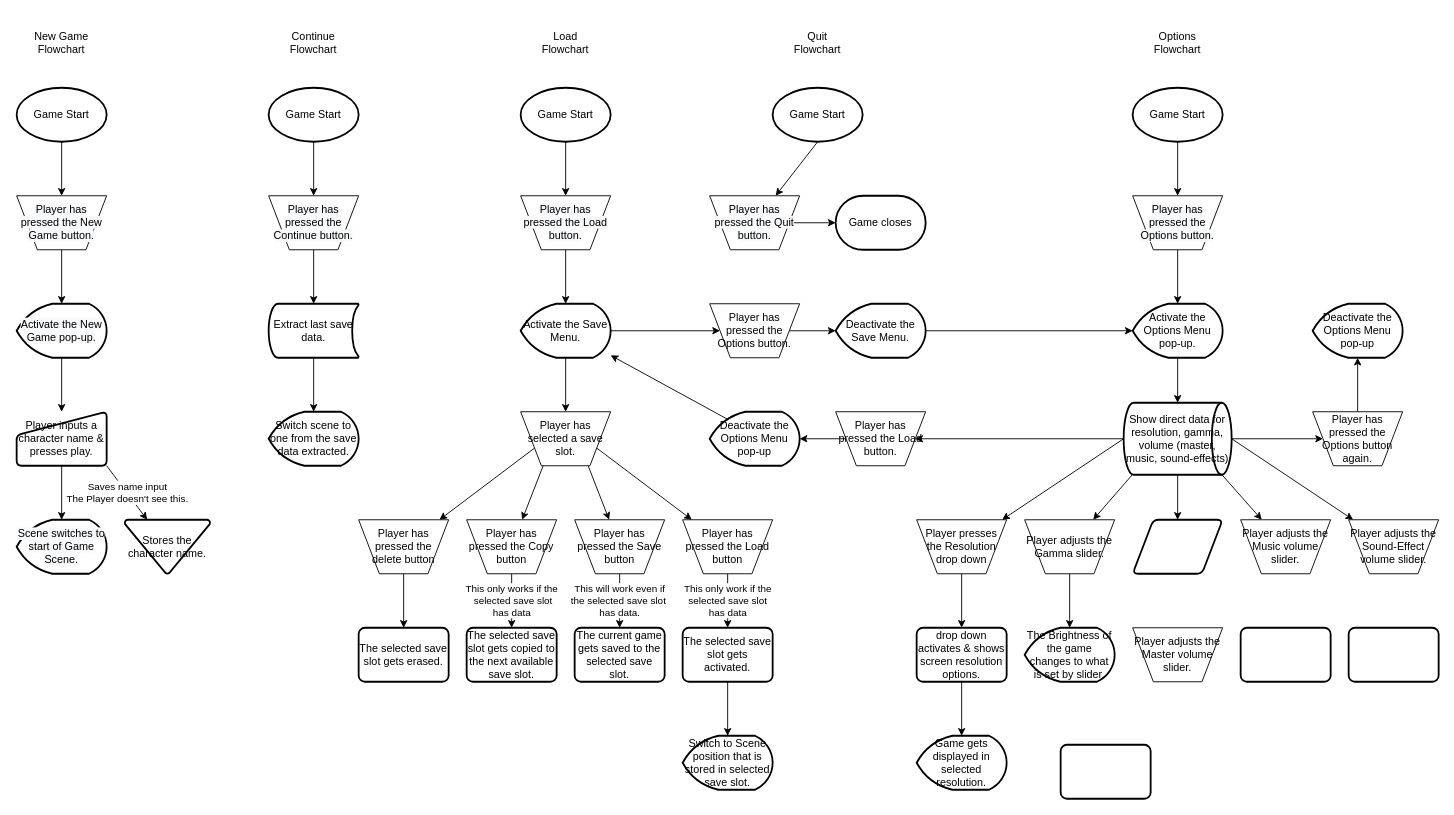
The draw.io diagram page "Flowcharts" (5 of 5) of Informational Technology (Game Design)/Part 2/Cluster - UI Production/Build graphical user interfaces/GUI Design By Richard.drawio in Stampard0/Assessments, before the edit. Source tidied: cells renumbered, new cells numbered last; positions are measured from the earlier drawing's top-left corner, leaving out a move shared by most shapes. Both pictures are drawn from the tidied source at 90%, with x=0, y=0 at pixel (16, 15).
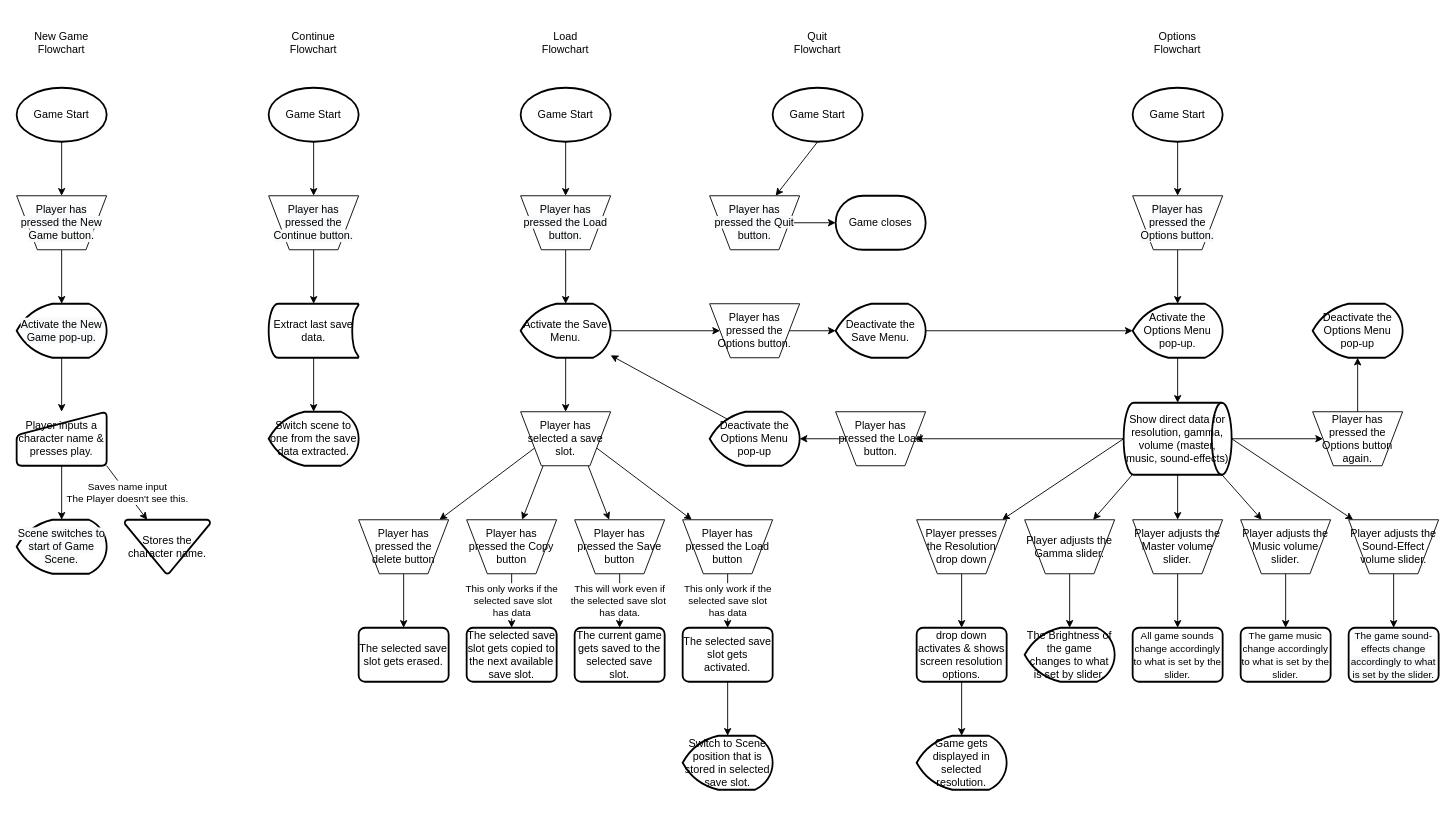
The same page after the edit.

Unchanged cells that the change refers to:
```xml
<mxCell id="68" value="Show direct data for resolution, gamma, volume (master, music, sound-effects)" style="strokeWidth=2;html=1;shape=mxgraph.flowchart.direct_data;whiteSpace=wrap;" parent="1" vertex="1">
  <mxGeometry x="1230" y="430" width="120" height="80" as="geometry" />
</mxCell>
<mxCell id="71" value="Player adjusts the Sound-Effect volume slider." style="verticalLabelPosition=middle;verticalAlign=middle;html=1;shape=trapezoid;perimeter=trapezoidPerimeter;whiteSpace=wrap;size=0.23;arcSize=10;flipV=1;labelPosition=center;align=center;" parent="1" vertex="1">
  <mxGeometry x="1480" y="560" width="100" height="60" as="geometry" />
</mxCell>
<mxCell id="72" value="Player adjusts the Music volume slider." style="verticalLabelPosition=middle;verticalAlign=middle;html=1;shape=trapezoid;perimeter=trapezoidPerimeter;whiteSpace=wrap;size=0.23;arcSize=10;flipV=1;labelPosition=center;align=center;" parent="1" vertex="1">
  <mxGeometry x="1360" y="560" width="100" height="60" as="geometry" />
</mxCell>
```

Change to the diagram source:
```diff
@@
-    <mxCell id="67" style="edgeStyle=orthogonalEdgeStyle;rounded=0;jettySize=auto;html=1;exitX=0.5;exitY=1;exitDx=0;exitDy=0;exitPerimeter=0;fontColor=#000000;strokeColor=#000000;" parent="1" edge="1" source="68" target="95">
-      <mxGeometry relative="1" as="geometry" />
-    </mxCell>
+    <mxCell id="96" style="edgeStyle=orthogonalEdgeStyle;rounded=0;jettySize=auto;html=1;exitX=0.5;exitY=1;exitDx=0;exitDy=0;exitPerimeter=0;" parent="1" edge="1" source="68" target="73">
+      <mxGeometry relative="1" as="geometry" />
+    </mxCell>
@@
+    <mxCell id="97" style="edgeStyle=orthogonalEdgeStyle;rounded=0;jettySize=auto;html=1;exitX=0.5;exitY=1;exitDx=0;exitDy=0;fontSize=11;" parent="1" edge="1" source="71" target="78">
+      <mxGeometry relative="1" as="geometry" />
+    </mxCell>
@@
+    <mxCell id="98" style="edgeStyle=orthogonalEdgeStyle;rounded=0;jettySize=auto;html=1;exitX=0.5;exitY=1;exitDx=0;exitDy=0;fontSize=11;" parent="1" edge="1" source="72" target="77">
+      <mxGeometry relative="1" as="geometry" />
+    </mxCell>
@@
+    <mxCell id="99" style="edgeStyle=orthogonalEdgeStyle;rounded=0;jettySize=auto;html=1;exitX=0.5;exitY=1;exitDx=0;exitDy=0;fontSize=11;" parent="1" edge="1" source="73" target="76">
+      <mxGeometry relative="1" as="geometry" />
+    </mxCell>
     <mxCell id="73" value="Player adjusts the Master volume slider." style="verticalLabelPosition=middle;verticalAlign=middle;html=1;shape=trapezoid;perimeter=trapezoidPerimeter;whiteSpace=wrap;size=0.23;arcSize=10;flipV=1;labelPosition=center;align=center;" parent="1" vertex="1">
-      <mxGeometry x="1240" y="680" width="100" height="60" as="geometry" />
+      <mxGeometry x="1240" y="560" width="100" height="60" as="geometry" />
     </mxCell>
@@
-    <mxCell id="76" style="rounded=1;whiteSpace=wrap;html=1;absoluteArcSize=1;arcSize=14;strokeWidth=2;" parent="1" vertex="1">
-      <mxGeometry x="1160" y="810" width="100" height="60" as="geometry" />
+    <mxCell id="76" value="&lt;font style=&quot;font-size: 11px;&quot;&gt;All game sounds change accordingly to what is set by the slider.&lt;/font&gt;" style="rounded=1;whiteSpace=wrap;html=1;absoluteArcSize=1;arcSize=14;strokeWidth=2;" parent="1" vertex="1">
+      <mxGeometry x="1240" y="680" width="100" height="60" as="geometry" />
     </mxCell>
-    <mxCell id="77" style="rounded=1;whiteSpace=wrap;html=1;absoluteArcSize=1;arcSize=14;strokeWidth=2;" parent="1" vertex="1">
+    <mxCell id="77" value="&lt;span style=&quot;font-size: 11px;&quot;&gt;The game music change accordingly to what is set by the slider.&lt;/span&gt;" style="rounded=1;whiteSpace=wrap;html=1;absoluteArcSize=1;arcSize=14;strokeWidth=2;" parent="1" vertex="1">
       <mxGeometry x="1360" y="680" width="100" height="60" as="geometry" />
     </mxCell>
-    <mxCell id="78" style="rounded=1;whiteSpace=wrap;html=1;absoluteArcSize=1;arcSize=14;strokeWidth=2;" parent="1" vertex="1">
+    <mxCell id="78" value="&lt;span style=&quot;color: rgb(0, 0, 0); font-family: Helvetica; font-size: 11px; font-style: normal; font-variant-ligatures: normal; font-variant-caps: normal; font-weight: 400; letter-spacing: normal; orphans: 2; text-align: center; text-indent: 0px; text-transform: none; widows: 2; word-spacing: 0px; -webkit-text-stroke-width: 0px; background-color: rgb(248, 249, 250); text-decoration-thickness: initial; text-decoration-style: initial; text-decoration-color: initial; float: none; display: inline !important;&quot;&gt;The game sound-effects change accordingly to what is set by the slider.&lt;/span&gt;" style="rounded=1;whiteSpace=wrap;html=1;absoluteArcSize=1;arcSize=14;strokeWidth=2;" parent="1" vertex="1">
       <mxGeometry x="1480" y="680" width="100" height="60" as="geometry" />
     </mxCell>
@@
-    <mxCell id="95" style="shape=parallelogram;html=1;strokeWidth=2;perimeter=parallelogramPerimeter;whiteSpace=wrap;rounded=1;arcSize=12;size=0.23;fontColor=#000000;" parent="1" vertex="1">
-      <mxGeometry x="1240" y="560" width="100" height="60" as="geometry" />
-    </mxCell>
```
